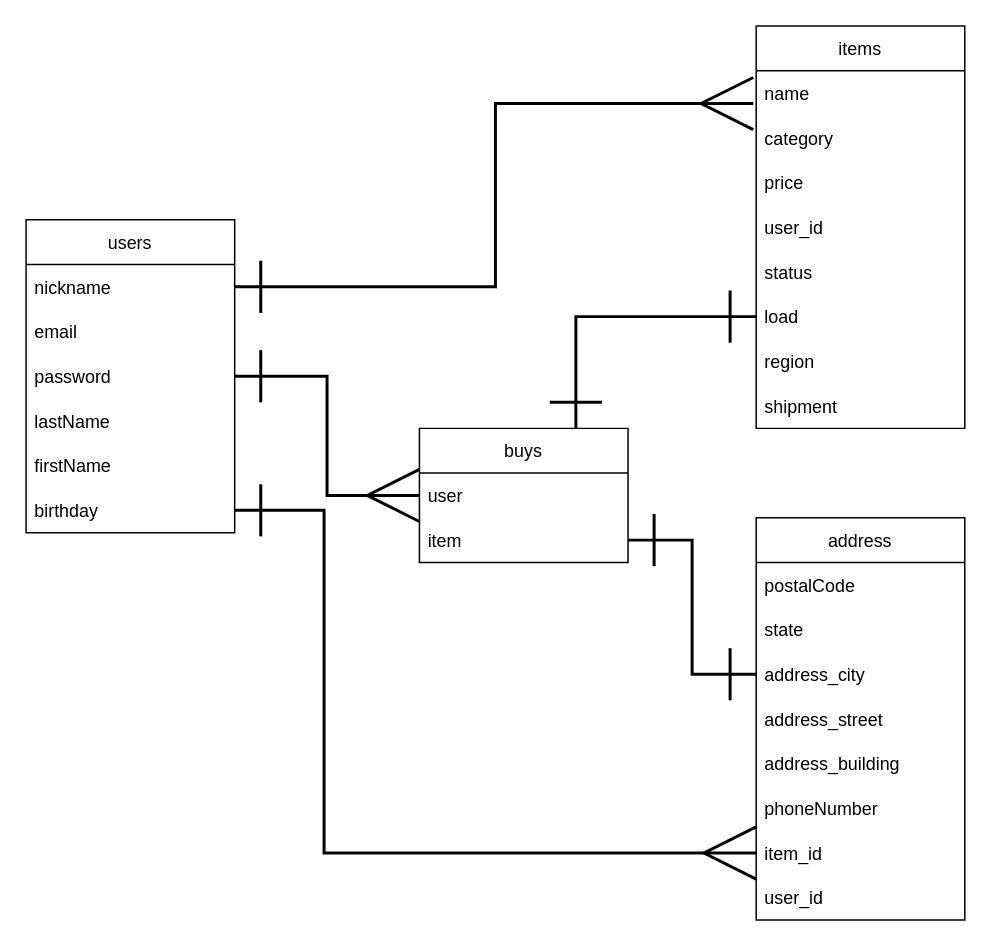
Above: ER .dio in hk5232/furima-37768 (draw.io), before the change. Source tidied: cells renumbered, new cells numbered last; positions are measured from the earlier drawing's top-left corner, leaving out a move shared by most shapes. Both pictures are drawn from the tidied source at 149%, with x=0, y=0 at pixel (25, 25).
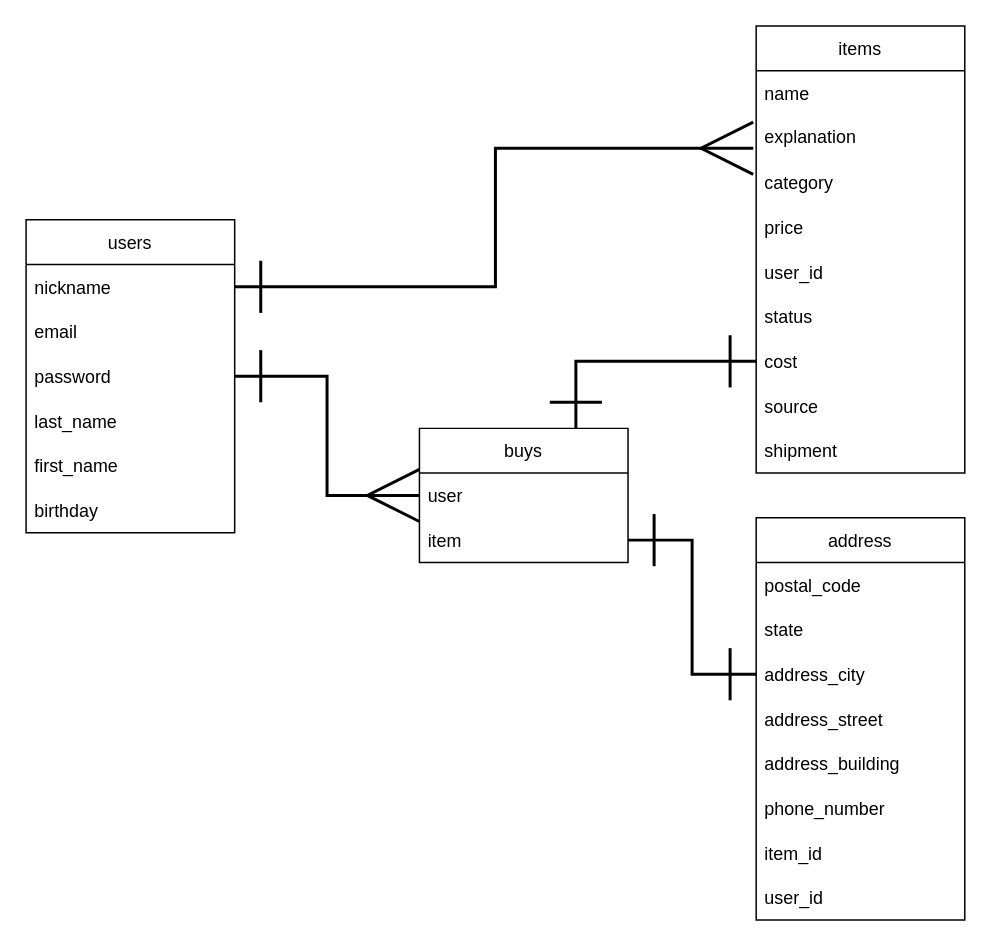
The same diagram, later.

Commit message (it also covers changes not shown here):
データベース設計修正

Unchanged cells that the change refers to:
```xml
<mxCell id="2" value="users" style="swimlane;fontStyle=0;horizontal=1;startSize=30;" parent="1" vertex="1">
  <mxGeometry y="130" width="140" height="210" as="geometry" />
</mxCell>
<mxCell id="8" value="birthday" style="text;strokeColor=none;fillColor=none;align=left;verticalAlign=middle;spacingLeft=4;spacingRight=4;overflow=hidden;points=[[0,0.5],[1,0.5]];portConstraint=eastwest;" parent="2" vertex="1">
  <mxGeometry y="180" width="140" height="30" as="geometry" />
</mxCell>
<mxCell id="18" value="address" style="swimlane;fontStyle=0;horizontal=1;startSize=30;" parent="1" vertex="1">
  <mxGeometry x="490" y="330" width="140" height="270" as="geometry" />
</mxCell>
<mxCell id="25" value="item_id" style="text;strokeColor=none;fillColor=none;align=left;verticalAlign=middle;spacingLeft=4;spacingRight=4;overflow=hidden;points=[[0,0.5],[1,0.5]];portConstraint=eastwest;" parent="18" vertex="1">
  <mxGeometry y="210" width="140" height="30" as="geometry" />
</mxCell>
```

Change to the diagram source:
```diff
@@
-    <mxCell id="6" value="lastName" style="text;strokeColor=none;fillColor=none;align=left;verticalAlign=middle;spacingLeft=4;spacingRight=4;overflow=hidden;" parent="2" vertex="1">
+    <mxCell id="6" value="last_name" style="text;strokeColor=none;fillColor=none;align=left;verticalAlign=middle;spacingLeft=4;spacingRight=4;overflow=hidden;" parent="2" vertex="1">
       <mxGeometry y="120" width="140" height="30" as="geometry" />
     </mxCell>
-    <mxCell id="7" value="firstName" style="text;strokeColor=none;fillColor=none;align=left;verticalAlign=middle;spacingLeft=4;spacingRight=4;overflow=hidden;" parent="2" vertex="1">
+    <mxCell id="7" value="first_name" style="text;strokeColor=none;fillColor=none;align=left;verticalAlign=middle;spacingLeft=4;spacingRight=4;overflow=hidden;" parent="2" vertex="1">
       <mxGeometry y="150" width="140" height="30" as="geometry" />
     </mxCell>
@@
     <mxCell id="9" value="items" style="swimlane;fontStyle=0;horizontal=1;startSize=30;" parent="1" vertex="1">
-      <mxGeometry x="490" width="140" height="270" as="geometry" />
+      <mxGeometry x="490" width="140" height="300" as="geometry" />
     </mxCell>
+    <mxCell id="35" value="name" style="text;strokeColor=none;fillColor=none;align=left;verticalAlign=middle;spacingLeft=4;spacingRight=4;overflow=hidden;" parent="9" vertex="1">
+      <mxGeometry y="30" width="140" height="30" as="geometry" />
+    </mxCell>
-    <mxCell id="10" value="name" style="text;strokeColor=none;fillColor=none;align=left;verticalAlign=middle;spacingLeft=4;spacingRight=4;overflow=hidden;points=[[0,0.5],[1,0.5]];portConstraint=eastwest;" parent="9" vertex="1">
-      <mxGeometry y="30" width="140" height="30" as="geometry" />
+    <mxCell id="10" value="explanation" style="text;strokeColor=none;fillColor=none;align=left;verticalAlign=middle;spacingLeft=4;spacingRight=4;overflow=hidden;points=[[0,0.5],[1,0.5]];portConstraint=eastwest;whiteSpace=wrap;" parent="9" vertex="1">
+      <mxGeometry y="60" width="140" height="30" as="geometry" />
     </mxCell>
     <mxCell id="11" value="category" style="text;strokeColor=none;fillColor=none;align=left;verticalAlign=middle;spacingLeft=4;spacingRight=4;overflow=hidden;" parent="9" vertex="1">
-      <mxGeometry y="60" width="140" height="30" as="geometry" />
+      <mxGeometry y="90" width="140" height="30" as="geometry" />
     </mxCell>
     <mxCell id="12" value="price" style="text;strokeColor=none;fillColor=none;align=left;verticalAlign=middle;spacingLeft=4;spacingRight=4;overflow=hidden;" parent="9" vertex="1">
-      <mxGeometry y="90" width="140" height="30" as="geometry" />
+      <mxGeometry y="120" width="140" height="30" as="geometry" />
     </mxCell>
     <mxCell id="13" value="user_id" style="text;strokeColor=none;fillColor=none;align=left;verticalAlign=middle;spacingLeft=4;spacingRight=4;overflow=hidden;" parent="9" vertex="1">
-      <mxGeometry y="120" width="140" height="30" as="geometry" />
+      <mxGeometry y="150" width="140" height="30" as="geometry" />
     </mxCell>
     <mxCell id="14" value="status" style="text;strokeColor=none;fillColor=none;align=left;verticalAlign=middle;spacingLeft=4;spacingRight=4;overflow=hidden;" parent="9" vertex="1">
-      <mxGeometry y="150" width="140" height="30" as="geometry" />
+      <mxGeometry y="180" width="140" height="30" as="geometry" />
     </mxCell>
-    <mxCell id="15" value="load" style="text;strokeColor=none;fillColor=none;align=left;verticalAlign=middle;spacingLeft=4;spacingRight=4;overflow=hidden;points=[[0,0.5],[1,0.5]];portConstraint=eastwest;" parent="9" vertex="1">
-      <mxGeometry y="180" width="140" height="30" as="geometry" />
+    <mxCell id="15" value="cost" style="text;strokeColor=none;fillColor=none;align=left;verticalAlign=middle;spacingLeft=4;spacingRight=4;overflow=hidden;points=[[0,0.5],[1,0.5]];portConstraint=eastwest;" parent="9" vertex="1">
+      <mxGeometry y="210" width="140" height="30" as="geometry" />
     </mxCell>
-    <mxCell id="16" value="region" style="text;strokeColor=none;fillColor=none;align=left;verticalAlign=middle;spacingLeft=4;spacingRight=4;overflow=hidden;" parent="9" vertex="1">
-      <mxGeometry y="210" width="140" height="30" as="geometry" />
+    <mxCell id="16" value="source" style="text;strokeColor=none;fillColor=none;align=left;verticalAlign=middle;spacingLeft=4;spacingRight=4;overflow=hidden;" parent="9" vertex="1">
+      <mxGeometry y="240" width="140" height="30" as="geometry" />
     </mxCell>
     <mxCell id="17" value="shipment" style="text;strokeColor=none;fillColor=none;align=left;verticalAlign=middle;spacingLeft=4;spacingRight=4;overflow=hidden;" parent="9" vertex="1">
-      <mxGeometry y="240" width="140" height="30" as="geometry" />
+      <mxGeometry y="270" width="140" height="30" as="geometry" />
     </mxCell>
@@
-    <mxCell id="19" value="postalCode" style="text;strokeColor=none;fillColor=none;align=left;verticalAlign=middle;spacingLeft=4;spacingRight=4;overflow=hidden;" parent="18" vertex="1">
+    <mxCell id="19" value="postal_code" style="text;strokeColor=none;fillColor=none;align=left;verticalAlign=middle;spacingLeft=4;spacingRight=4;overflow=hidden;" parent="18" vertex="1">
       <mxGeometry y="30" width="140" height="30" as="geometry" />
     </mxCell>
@@
-    <mxCell id="24" value="phoneNumber" style="text;strokeColor=none;fillColor=none;align=left;verticalAlign=middle;spacingLeft=4;spacingRight=4;overflow=hidden;" parent="18" vertex="1">
+    <mxCell id="24" value="phone_number" style="text;strokeColor=none;fillColor=none;align=left;verticalAlign=middle;spacingLeft=4;spacingRight=4;overflow=hidden;" parent="18" vertex="1">
       <mxGeometry y="180" width="140" height="30" as="geometry" />
     </mxCell>
@@
-    <mxCell id="33" style="edgeStyle=orthogonalEdgeStyle;rounded=0;jumpStyle=none;jumpSize=10;html=1;exitX=1;exitY=0.5;exitDx=0;exitDy=0;entryX=0;entryY=0.5;entryDx=0;entryDy=0;startArrow=ERone;startFill=0;endArrow=ERmany;endFill=0;startSize=32;endSize=32;sourcePerimeterSpacing=6;targetPerimeterSpacing=5;strokeColor=default;strokeWidth=2;" parent="1" edge="1" source="8" target="25">
-      <mxGeometry relative="1" as="geometry">
-        <Array as="points">
-          <mxPoint x="200" y="325" />
-          <mxPoint x="200" y="555" />
-        </Array>
-      </mxGeometry>
-    </mxCell>
```
